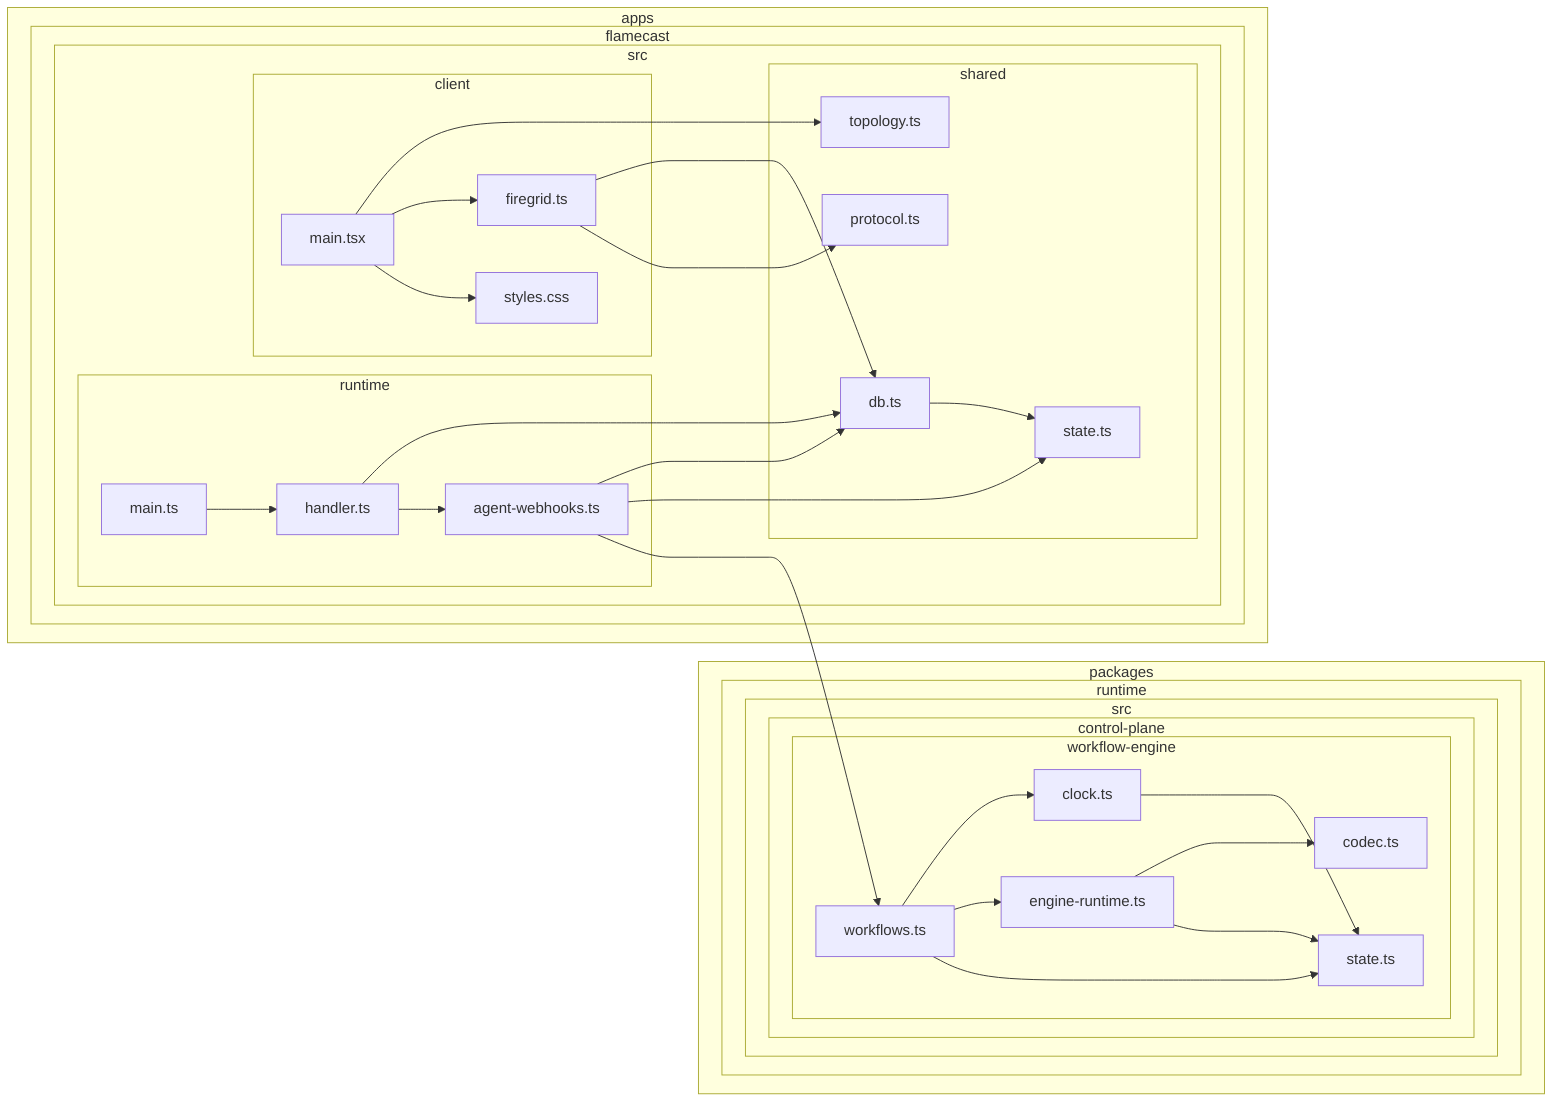
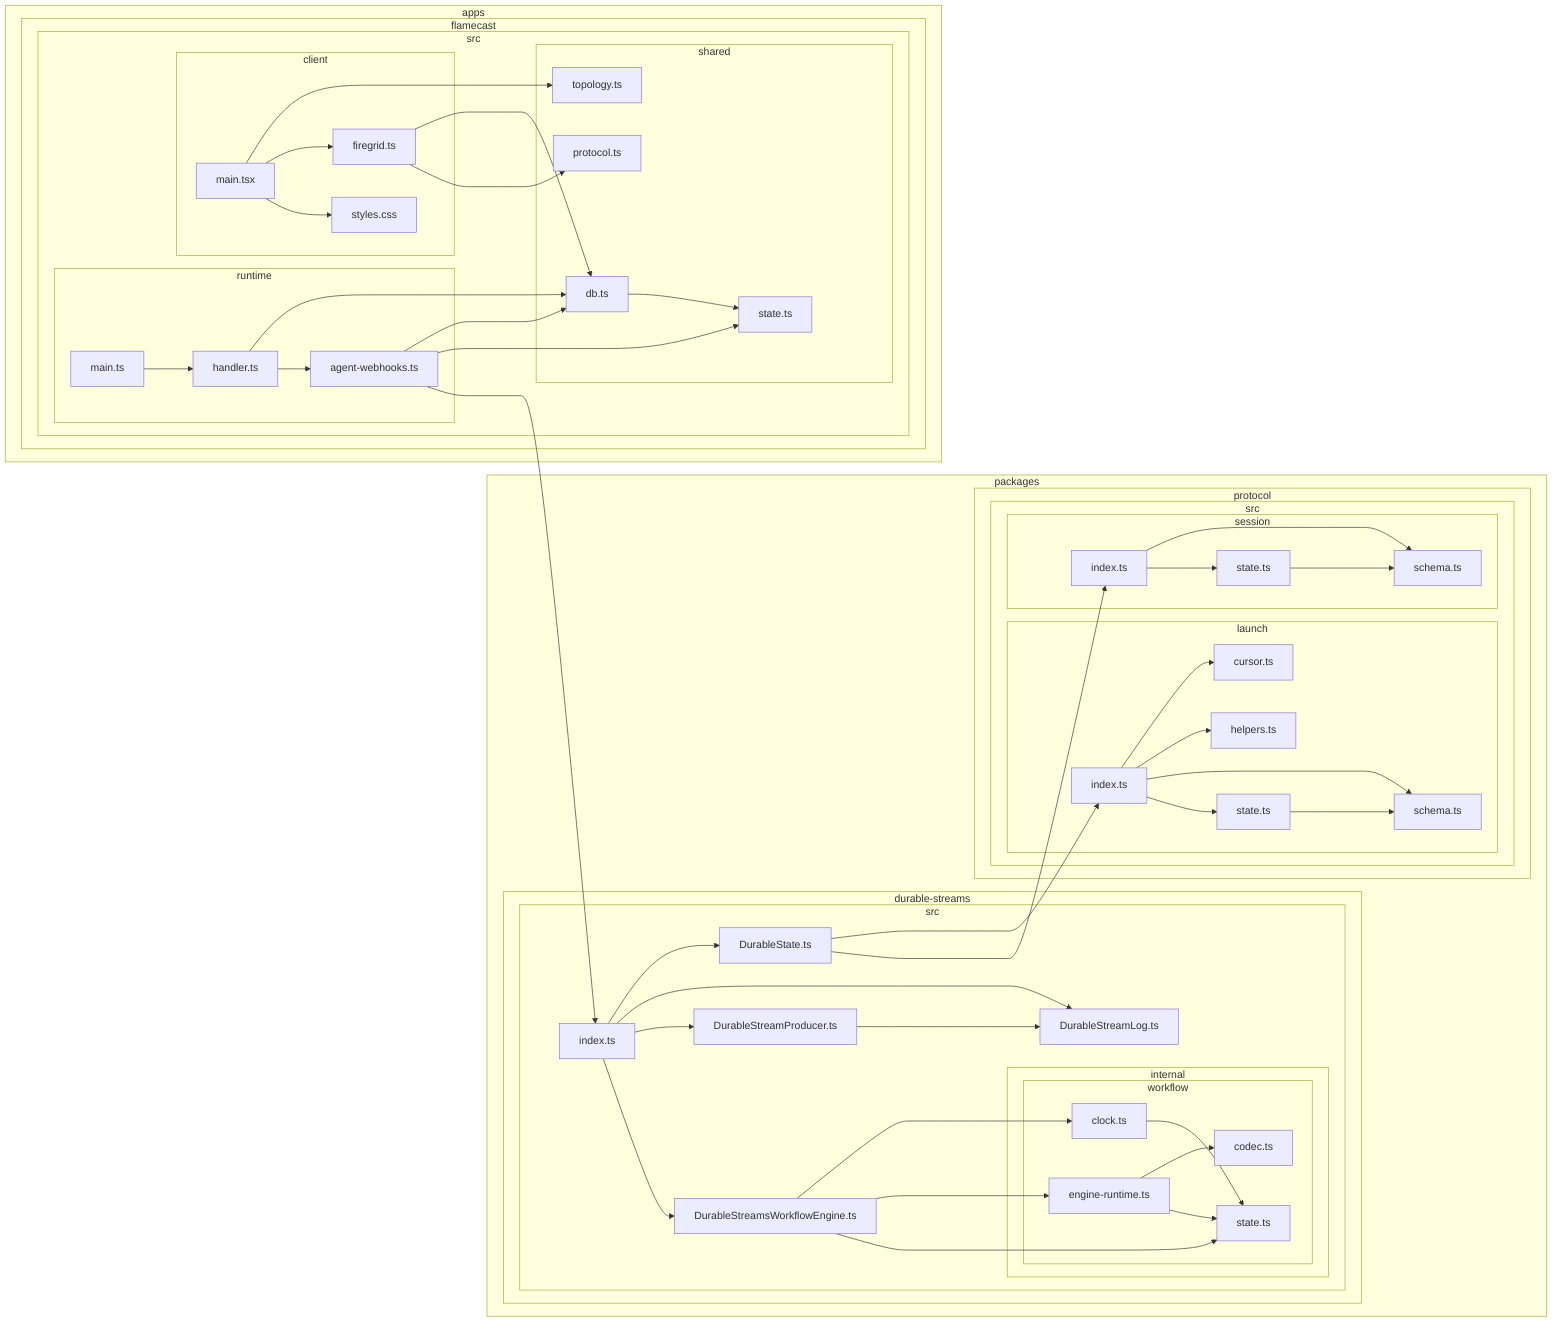
flowchart LR

subgraph 0["apps"]
subgraph 1["flamecast"]
subgraph 2["src"]
subgraph 3["client"]
4["firegrid.ts"]
9["main.tsx"]
A["styles.css"]
end
subgraph 5["shared"]
6["db.ts"]
7["state.ts"]
8["protocol.ts"]
B["topology.ts"]
end
subgraph C["runtime"]
D["agent-webhooks.ts"]
- O["handler.ts"]
- P["main.ts"]
+ 14["handler.ts"]
+ 15["main.ts"]
end
end
end
end
subgraph E["packages"]
- subgraph F["runtime"]
+ subgraph F["durable-streams"]
subgraph G["src"]
- subgraph H["control-plane"]
- subgraph I["workflow-engine"]
- J["workflows.ts"]
- K["clock.ts"]
- L["state.ts"]
- M["engine-runtime.ts"]
- N["codec.ts"]
+ H["index.ts"]
+ I["DurableState.ts"]
+ V["DurableStreamLog.ts"]
+ W["DurableStreamProducer.ts"]
+ X["DurableStreamsWorkflowEngine.ts"]
+ subgraph Y["internal"]
+ subgraph Z["workflow"]
+ 10["clock.ts"]
+ 11["state.ts"]
+ 12["engine-runtime.ts"]
+ 13["codec.ts"]
end
+ end
+ end
+ end
+ subgraph J["protocol"]
+ subgraph K["src"]
+ subgraph L["launch"]
+ M["index.ts"]
+ N["cursor.ts"]
+ O["helpers.ts"]
+ P["schema.ts"]
+ Q["state.ts"]
+ end
+ subgraph R["session"]
+ S["index.ts"]
+ T["schema.ts"]
+ U["state.ts"]
end
end
end
end
4-->6
4-->8
6-->7
9-->B
9-->4
9-->A
D-->6
D-->7
- D-->J
- J-->K
- J-->M
- J-->L
- K-->L
+ D-->H
+ H-->I
+ H-->V
+ H-->W
+ H-->X
+ I-->M
+ I-->S
M-->N
- M-->L
- O-->6
- O-->D
- P-->O
+ M-->O
+ M-->P
+ M-->Q
+ Q-->P
+ S-->T
+ S-->U
+ U-->T
+ W-->V
+ X-->10
+ X-->12
+ X-->11
+ 10-->11
+ 12-->13
+ 12-->11
+ 14-->6
+ 14-->D
+ 15-->14
